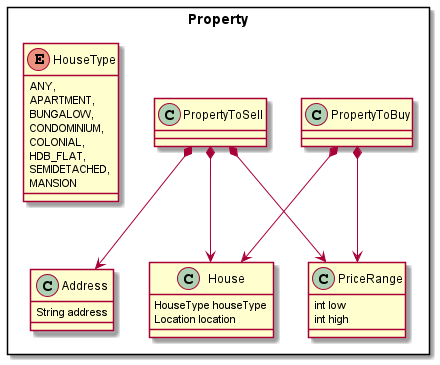
Earlier version of the PlantUML export docs/images/PropertyClassDiagram.png (nus-cs2103-AY2122S2/tp).
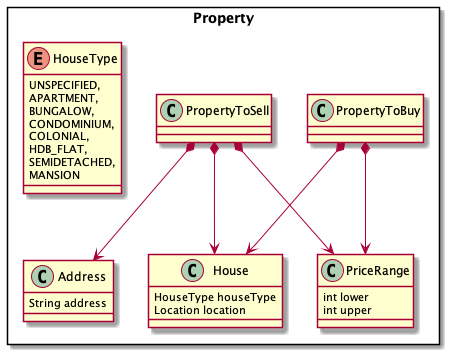
Later version of the same file.

Commit message:
Fix Class Diagram

Diff of the diagram source:
```diff
@@ -7,8 +7,8 @@
 class PropertyToSell
 
 class PriceRange{
-int low
-int high
+int lower
+int upper
 }
 
 class Address {
@@ -20,7 +20,7 @@
 }
 
 enum HouseType {
-ANY,
+UNSPECIFIED,
 APARTMENT,
 BUNGALOW,
 CONDOMINIUM,
```
